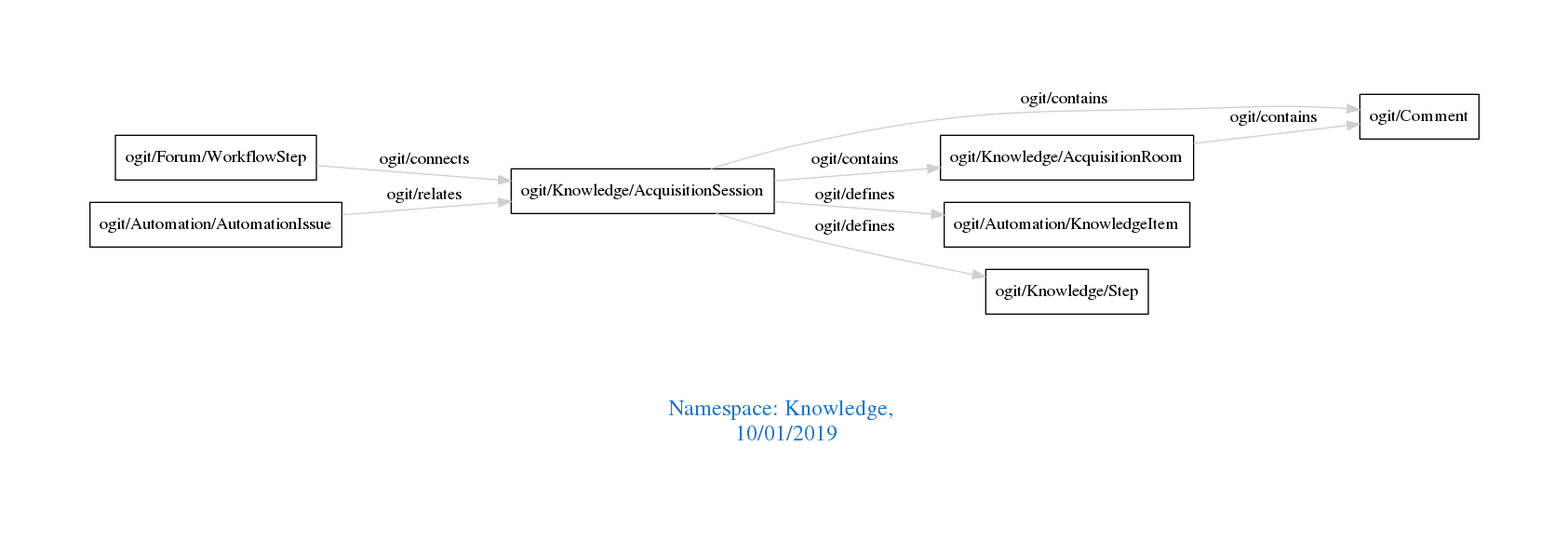
This is downloads/Knowledge.png from arago/OGIT, a Graphviz export, as it was before one commit. Its source is kept beside it as downloads/Knowledge.dot.
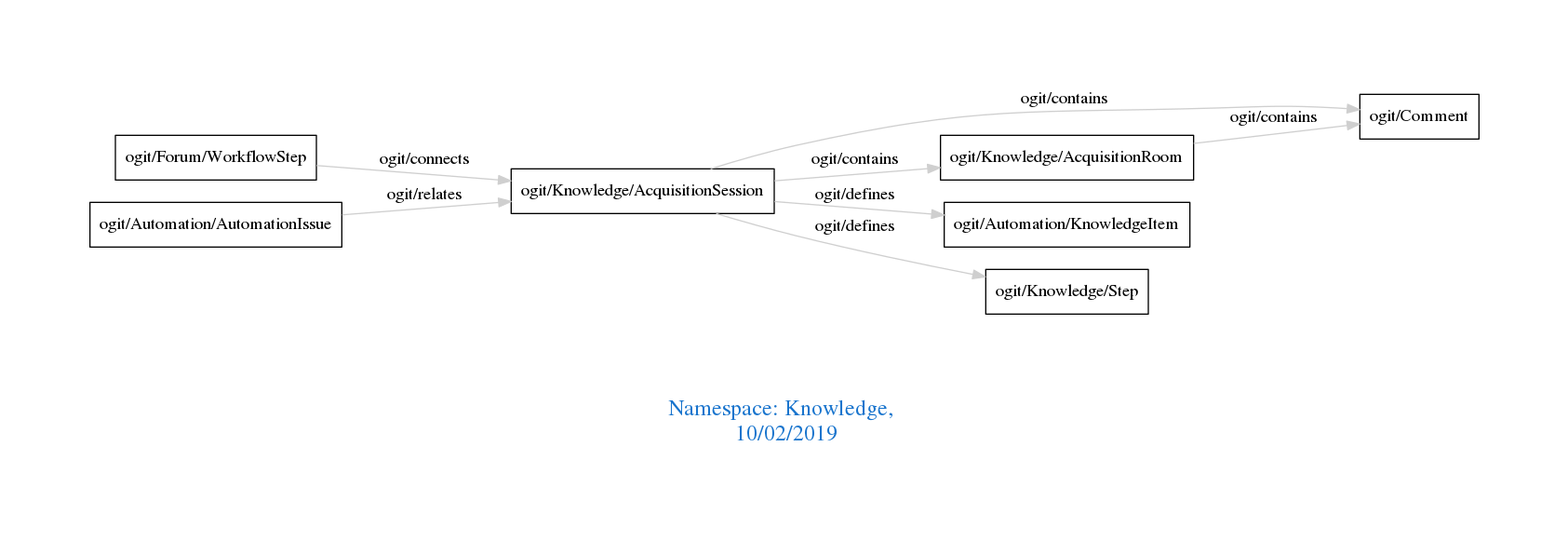
The same diagram one commit later.

What changed in the source:
```diff
@@ -1,7 +1,7 @@
 digraph OGIT_ontology {
  graph [ rankdir= LR,pad=1
 fontsize = 18,
-fontcolor= dodgerblue3,label = "\n\n\nNamespace: Knowledge, \n 10/01/2019"];
+fontcolor= dodgerblue3,label = "\n\n\nNamespace: Knowledge, \n 10/02/2019"];
 node[shape=polygon];
 edge [  color="gray81"];
 
```
